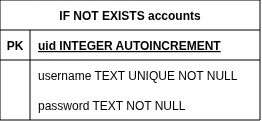
Above: document/login_database_diagram.drawio.png in euuii/StayBook (draw.io), before the change. Source tidied: cells renumbered, new cells last; positions are measured from the earlier drawing's top-left corner, leaving out a move shared by most shapes. Its diagram source:
```xml
<mxGraphModel>
  <root>
    <mxCell id="0" />
    <mxCell id="1" parent="0" />
    <mxCell id="2" value="IF NOT EXISTS accounts" style="shape=table;startSize=30;rowLines=0;fontStyle=1;align=center;" parent="1" vertex="1">
      <mxGeometry width="260" height="120" as="geometry" />
    </mxCell>
    <mxCell id="3" style="shape=tableRow;horizontal=0;startSize=0;swimlaneHead=0;swimlaneBody=0;fillColor=none;strokeColor=inherit;top=0;left=0;right=0;bottom=1;" parent="2" vertex="1">
      <mxGeometry y="30" width="260" height="30" as="geometry" />
    </mxCell>
    <mxCell id="4" value="PK" style="shape=partialRectangle;overflow=hidden;fillColor=none;strokeColor=inherit;top=0;left=0;bottom=0;right=0;fontStyle=1;" parent="3" vertex="1">
      <mxGeometry width="30" height="30" as="geometry" />
    </mxCell>
    <mxCell id="5" value="uid INTEGER  AUTOINCREMENT" style="shape=partialRectangle;overflow=hidden;fillColor=none;align=left;strokeColor=inherit;top=0;left=0;bottom=0;right=0;spacingLeft=6;fontStyle=5;" parent="3" vertex="1">
      <mxGeometry x="30" width="230" height="30" as="geometry" />
    </mxCell>
    <mxCell id="6" style="shape=tableRow;horizontal=0;startSize=0;swimlaneHead=0;swimlaneBody=0;fillColor=none;strokeColor=inherit;top=0;left=0;right=0;bottom=0;" parent="2" vertex="1">
      <mxGeometry y="60" width="260" height="30" as="geometry" />
    </mxCell>
    <mxCell id="7" style="shape=partialRectangle;overflow=hidden;fillColor=none;strokeColor=inherit;top=0;left=0;bottom=0;right=0;" parent="6" vertex="1">
      <mxGeometry width="30" height="30" as="geometry" />
    </mxCell>
    <mxCell id="8" value="username TEXT UNIQUE NOT NULL" style="shape=partialRectangle;overflow=hidden;fillColor=none;align=left;strokeColor=inherit;top=0;left=0;bottom=0;right=0;spacingLeft=6;" parent="6" vertex="1">
      <mxGeometry x="30" width="230" height="30" as="geometry" />
    </mxCell>
    <mxCell id="9" style="shape=tableRow;horizontal=0;startSize=0;swimlaneHead=0;swimlaneBody=0;fillColor=none;strokeColor=inherit;top=0;left=0;right=0;bottom=0;" parent="2" vertex="1">
      <mxGeometry y="90" width="260" height="30" as="geometry" />
    </mxCell>
    <mxCell id="10" style="shape=partialRectangle;overflow=hidden;fillColor=none;strokeColor=inherit;top=0;left=0;bottom=0;right=0;" parent="9" vertex="1">
      <mxGeometry width="30" height="30" as="geometry" />
    </mxCell>
    <mxCell id="11" value="password TEXT NOT NULL" style="shape=partialRectangle;overflow=hidden;fillColor=none;align=left;strokeColor=inherit;top=0;left=0;bottom=0;right=0;spacingLeft=6;" parent="9" vertex="1">
      <mxGeometry x="30" width="230" height="30" as="geometry" />
    </mxCell>
  </root>
</mxGraphModel>
```
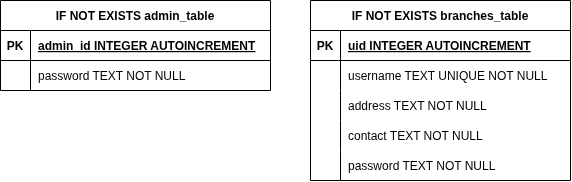
After the commit.

Diff of the diagram source:
```diff
@@ -2,34 +2,73 @@
   <root>
     <mxCell id="0" />
     <mxCell id="1" parent="0" />
-    <mxCell id="2" value="IF NOT EXISTS accounts" style="shape=table;startSize=30;rowLines=0;fontStyle=1;align=center;" parent="1" vertex="1">
-      <mxGeometry width="260" height="120" as="geometry" />
-    </mxCell>
+    <mxCell id="12" value="IF NOT EXISTS admin_table" style="shape=table;startSize=30;rowLines=0;fontStyle=1;align=center;" parent="1" vertex="1">
+      <mxGeometry x="-110" y="70" width="270" height="90" as="geometry" />
+    </mxCell>
+    <mxCell id="13" style="shape=tableRow;horizontal=0;startSize=0;swimlaneHead=0;swimlaneBody=0;fillColor=none;strokeColor=inherit;top=0;left=0;right=0;bottom=1;" parent="12" vertex="1">
+      <mxGeometry y="30" width="270" height="30" as="geometry" />
+    </mxCell>
+    <mxCell id="14" value="PK" style="shape=partialRectangle;overflow=hidden;fillColor=none;strokeColor=inherit;top=0;left=0;bottom=0;right=0;fontStyle=1;" parent="13" vertex="1">
+      <mxGeometry width="30" height="30" as="geometry" />
+    </mxCell>
+    <mxCell id="15" value="admin_id INTEGER  AUTOINCREMENT" style="shape=partialRectangle;overflow=hidden;fillColor=none;align=left;strokeColor=inherit;top=0;left=0;bottom=0;right=0;spacingLeft=6;fontStyle=5;" parent="13" vertex="1">
+      <mxGeometry x="30" width="240" height="30" as="geometry" />
+    </mxCell>
+    <mxCell id="16" style="shape=tableRow;horizontal=0;startSize=0;swimlaneHead=0;swimlaneBody=0;fillColor=none;strokeColor=inherit;top=0;left=0;right=0;bottom=0;" parent="12" vertex="1">
+      <mxGeometry y="60" width="270" height="30" as="geometry" />
+    </mxCell>
+    <mxCell id="17" style="shape=partialRectangle;overflow=hidden;fillColor=none;strokeColor=inherit;top=0;left=0;bottom=0;right=0;" parent="16" vertex="1">
+      <mxGeometry width="30" height="30" as="geometry" />
+    </mxCell>
+    <mxCell id="18" value="password TEXT NOT NULL" style="shape=partialRectangle;overflow=hidden;fillColor=none;align=left;strokeColor=inherit;top=0;left=0;bottom=0;right=0;spacingLeft=6;" parent="16" vertex="1">
+      <mxGeometry x="30" width="240" height="30" as="geometry" />
+    </mxCell>
+    <mxCell id="19" value="IF NOT EXISTS branches_table" style="shape=table;startSize=30;rowLines=0;fontStyle=1;align=center;" parent="1" vertex="1">
+      <mxGeometry x="200" y="70" width="260" height="180" as="geometry" />
+    </mxCell>
-    <mxCell id="3" style="shape=tableRow;horizontal=0;startSize=0;swimlaneHead=0;swimlaneBody=0;fillColor=none;strokeColor=inherit;top=0;left=0;right=0;bottom=1;" parent="2" vertex="1">
+    <mxCell id="3" style="shape=tableRow;horizontal=0;startSize=0;swimlaneHead=0;swimlaneBody=0;fillColor=none;strokeColor=inherit;top=0;left=0;right=0;bottom=1;" parent="19" vertex="1">
       <mxGeometry y="30" width="260" height="30" as="geometry" />
     </mxCell>
-    <mxCell id="4" value="PK" style="shape=partialRectangle;overflow=hidden;fillColor=none;strokeColor=inherit;top=0;left=0;bottom=0;right=0;fontStyle=1;" parent="3" vertex="1">
-      <mxGeometry width="30" height="30" as="geometry" />
-    </mxCell>
+    <mxCell id="20" value="PK" style="shape=partialRectangle;overflow=hidden;fillColor=none;strokeColor=inherit;top=0;left=0;bottom=0;right=0;fontStyle=1;" parent="3" vertex="1">
+      <mxGeometry width="30" height="30" as="geometry" />
+    </mxCell>
     <mxCell id="5" value="uid INTEGER  AUTOINCREMENT" style="shape=partialRectangle;overflow=hidden;fillColor=none;align=left;strokeColor=inherit;top=0;left=0;bottom=0;right=0;spacingLeft=6;fontStyle=5;" parent="3" vertex="1">
       <mxGeometry x="30" width="230" height="30" as="geometry" />
     </mxCell>
-    <mxCell id="6" style="shape=tableRow;horizontal=0;startSize=0;swimlaneHead=0;swimlaneBody=0;fillColor=none;strokeColor=inherit;top=0;left=0;right=0;bottom=0;" parent="2" vertex="1">
+    <mxCell id="6" style="shape=tableRow;horizontal=0;startSize=0;swimlaneHead=0;swimlaneBody=0;fillColor=none;strokeColor=inherit;top=0;left=0;right=0;bottom=0;" parent="19" vertex="1">
       <mxGeometry y="60" width="260" height="30" as="geometry" />
     </mxCell>
-    <mxCell id="7" style="shape=partialRectangle;overflow=hidden;fillColor=none;strokeColor=inherit;top=0;left=0;bottom=0;right=0;" parent="6" vertex="1">
-      <mxGeometry width="30" height="30" as="geometry" />
-    </mxCell>
+    <mxCell id="21" style="shape=partialRectangle;overflow=hidden;fillColor=none;strokeColor=inherit;top=0;left=0;bottom=0;right=0;" parent="6" vertex="1">
+      <mxGeometry width="30" height="30" as="geometry" />
+    </mxCell>
     <mxCell id="8" value="username TEXT UNIQUE NOT NULL" style="shape=partialRectangle;overflow=hidden;fillColor=none;align=left;strokeColor=inherit;top=0;left=0;bottom=0;right=0;spacingLeft=6;" parent="6" vertex="1">
       <mxGeometry x="30" width="230" height="30" as="geometry" />
     </mxCell>
-    <mxCell id="9" style="shape=tableRow;horizontal=0;startSize=0;swimlaneHead=0;swimlaneBody=0;fillColor=none;strokeColor=inherit;top=0;left=0;right=0;bottom=0;" parent="2" vertex="1">
+    <mxCell id="9" style="shape=tableRow;horizontal=0;startSize=0;swimlaneHead=0;swimlaneBody=0;fillColor=none;strokeColor=inherit;top=0;left=0;right=0;bottom=0;" parent="19" vertex="1">
       <mxGeometry y="90" width="260" height="30" as="geometry" />
     </mxCell>
-    <mxCell id="10" style="shape=partialRectangle;overflow=hidden;fillColor=none;strokeColor=inherit;top=0;left=0;bottom=0;right=0;" parent="9" vertex="1">
-      <mxGeometry width="30" height="30" as="geometry" />
-    </mxCell>
+    <mxCell id="22" style="shape=partialRectangle;overflow=hidden;fillColor=none;strokeColor=inherit;top=0;left=0;bottom=0;right=0;" parent="9" vertex="1">
+      <mxGeometry width="30" height="30" as="geometry" />
+    </mxCell>
+    <mxCell id="23" value="address TEXT NOT NULL" style="shape=partialRectangle;overflow=hidden;fillColor=none;align=left;strokeColor=inherit;top=0;left=0;bottom=0;right=0;spacingLeft=6;" parent="9" vertex="1">
+      <mxGeometry x="30" width="230" height="30" as="geometry" />
+    </mxCell>
+    <mxCell id="24" style="shape=tableRow;horizontal=0;startSize=0;swimlaneHead=0;swimlaneBody=0;fillColor=none;strokeColor=inherit;top=0;left=0;right=0;bottom=0;" parent="19" vertex="1">
+      <mxGeometry y="120" width="260" height="30" as="geometry" />
+    </mxCell>
+    <mxCell id="25" style="shape=partialRectangle;overflow=hidden;fillColor=none;strokeColor=inherit;top=0;left=0;bottom=0;right=0;" parent="24" vertex="1">
+      <mxGeometry width="30" height="30" as="geometry" />
+    </mxCell>
+    <mxCell id="26" value="contact TEXT NOT NULL" style="shape=partialRectangle;overflow=hidden;fillColor=none;align=left;strokeColor=inherit;top=0;left=0;bottom=0;right=0;spacingLeft=6;" parent="24" vertex="1">
+      <mxGeometry x="30" width="230" height="30" as="geometry" />
+    </mxCell>
+    <mxCell id="27" style="shape=tableRow;horizontal=0;startSize=0;swimlaneHead=0;swimlaneBody=0;fillColor=none;strokeColor=inherit;top=0;left=0;right=0;bottom=0;" parent="19" vertex="1">
+      <mxGeometry y="150" width="260" height="30" as="geometry" />
+    </mxCell>
+    <mxCell id="28" style="shape=partialRectangle;overflow=hidden;fillColor=none;strokeColor=inherit;top=0;left=0;bottom=0;right=0;" parent="27" vertex="1">
+      <mxGeometry width="30" height="30" as="geometry" />
+    </mxCell>
-    <mxCell id="11" value="password TEXT NOT NULL" style="shape=partialRectangle;overflow=hidden;fillColor=none;align=left;strokeColor=inherit;top=0;left=0;bottom=0;right=0;spacingLeft=6;" parent="9" vertex="1">
+    <mxCell id="11" value="password TEXT NOT NULL" style="shape=partialRectangle;overflow=hidden;fillColor=none;align=left;strokeColor=inherit;top=0;left=0;bottom=0;right=0;spacingLeft=6;" parent="27" vertex="1">
       <mxGeometry x="30" width="230" height="30" as="geometry" />
     </mxCell>
   </root>
```
